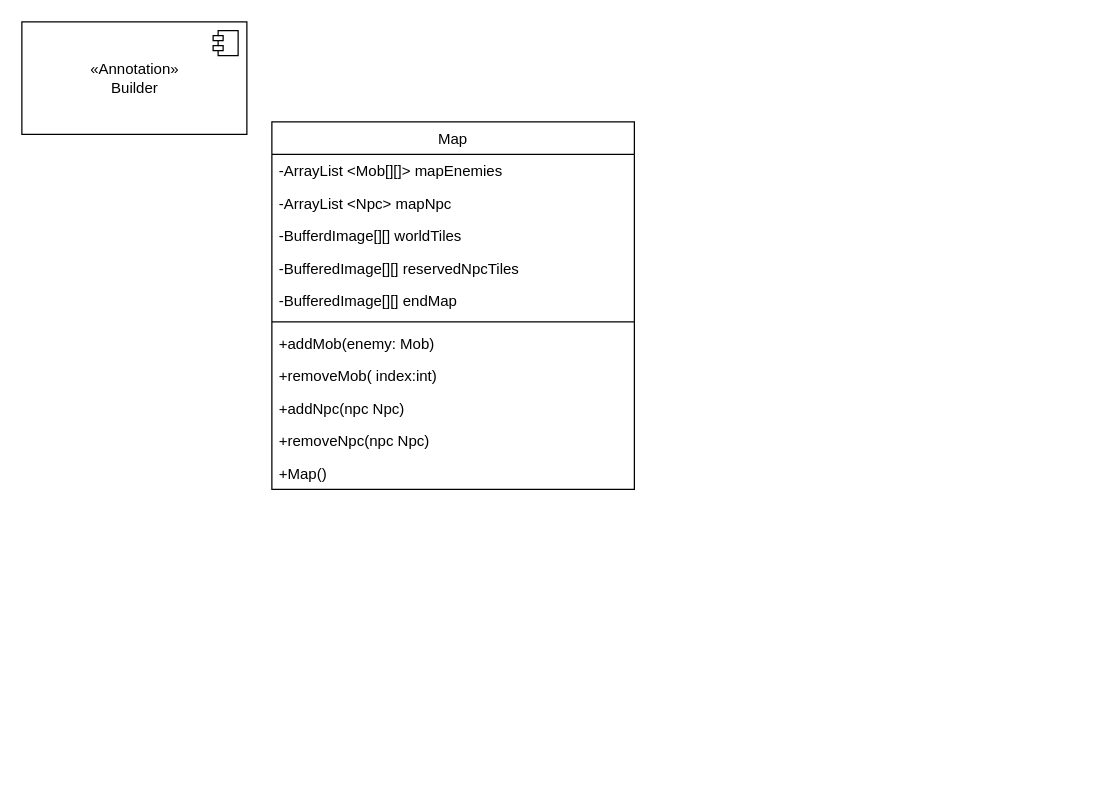
weiss25r/Progetto-ISS-2022-2023 keeps this draw.io diagram as log/diagrams/UML/Alessia/Map.drawio. Above is the earlier version. Source tidied: cells renumbered, new cells numbered last; positions are measured from the earlier drawing's top-left corner, leaving out a move shared by most shapes. Both pictures are drawn from the tidied source at 125%, with x=0, y=0 at pixel (21, 21).
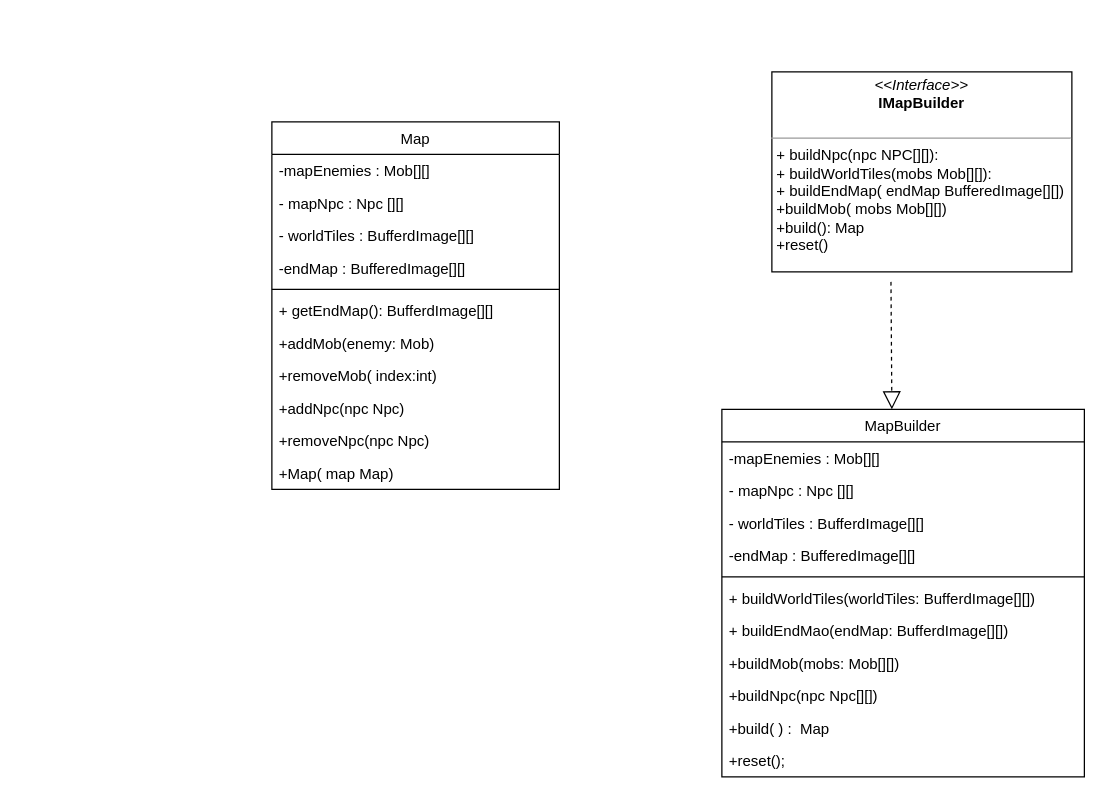
Above is the later version.

Commit message (it also covers changes not shown here):
Change Map and Level diagram class

What changed in the source:
```diff
@@
     <mxCell id="2" value="Map" style="swimlane;fontStyle=0;horizontal=1;startSize=26;fillColor=none;" parent="1" vertex="1">
-      <mxGeometry x="200" y="80" width="290" height="294" as="geometry" />
+      <mxGeometry x="200" y="80" width="230" height="294" as="geometry" />
     </mxCell>
-    <mxCell id="3" value="-ArrayList &lt;Mob[][]&gt; mapEnemies" style="text;strokeColor=none;fillColor=none;align=left;verticalAlign=top;spacingLeft=4;spacingRight=4;overflow=hidden;" parent="2" vertex="1">
-      <mxGeometry y="26" width="290" height="26" as="geometry" />
+    <mxCell id="3" value="-mapEnemies : Mob[][] " style="text;strokeColor=none;fillColor=none;align=left;verticalAlign=top;spacingLeft=4;spacingRight=4;overflow=hidden;" parent="2" vertex="1">
+      <mxGeometry y="26" width="230" height="26" as="geometry" />
     </mxCell>
-    <mxCell id="4" value="-ArrayList &lt;Npc&gt; mapNpc" style="text;strokeColor=none;fillColor=none;align=left;verticalAlign=top;spacingLeft=4;spacingRight=4;overflow=hidden;" parent="2" vertex="1">
-      <mxGeometry y="52" width="290" height="26" as="geometry" />
+    <mxCell id="4" value="- mapNpc : Npc [][] " style="text;strokeColor=none;fillColor=none;align=left;verticalAlign=top;spacingLeft=4;spacingRight=4;overflow=hidden;" parent="2" vertex="1">
+      <mxGeometry y="52" width="230" height="26" as="geometry" />
     </mxCell>
-    <mxCell id="5" value="-BufferdImage[][] worldTiles" style="text;strokeColor=none;fillColor=none;align=left;verticalAlign=top;spacingLeft=4;spacingRight=4;overflow=hidden;" parent="2" vertex="1">
-      <mxGeometry y="78" width="290" height="26" as="geometry" />
+    <mxCell id="5" value="- worldTiles : BufferdImage[][]" style="text;strokeColor=none;fillColor=none;align=left;verticalAlign=top;spacingLeft=4;spacingRight=4;overflow=hidden;" parent="2" vertex="1">
+      <mxGeometry y="78" width="230" height="26" as="geometry" />
     </mxCell>
-    <mxCell id="6" value="-BufferedImage[][] reservedNpcTiles" style="text;strokeColor=none;fillColor=none;align=left;verticalAlign=top;spacingLeft=4;spacingRight=4;overflow=hidden;" parent="2" vertex="1">
-      <mxGeometry y="104" width="290" height="26" as="geometry" />
-    </mxCell>
-    <mxCell id="7" value="-BufferedImage[][] endMap" style="text;strokeColor=none;fillColor=none;align=left;verticalAlign=top;spacingLeft=4;spacingRight=4;overflow=hidden;" parent="2" vertex="1">
-      <mxGeometry y="130" width="290" height="26" as="geometry" />
+    <mxCell id="7" value="-endMap : BufferedImage[][] " style="text;strokeColor=none;fillColor=none;align=left;verticalAlign=top;spacingLeft=4;spacingRight=4;overflow=hidden;" parent="2" vertex="1">
+      <mxGeometry y="104" width="230" height="26" as="geometry" />
     </mxCell>
     <mxCell id="8" style="line;strokeWidth=1;fillColor=none;align=left;verticalAlign=middle;spacingTop=-1;spacingLeft=3;spacingRight=3;labelPosition=right;strokeColor=inherit;" parent="2" vertex="1">
-      <mxGeometry y="156" width="290" height="8" as="geometry" />
+      <mxGeometry y="130" width="230" height="8" as="geometry" />
     </mxCell>
+    <mxCell id="16" value="+ getEndMap(): BufferdImage[][] " style="text;strokeColor=none;fillColor=none;align=left;verticalAlign=top;spacingLeft=4;spacingRight=4;overflow=hidden;" parent="2" vertex="1">
+      <mxGeometry y="138" width="230" height="26" as="geometry" />
+    </mxCell>
     <mxCell id="9" value="+addMob(enemy: Mob)" style="text;strokeColor=none;fillColor=none;align=left;verticalAlign=top;spacingLeft=4;spacingRight=4;overflow=hidden;" parent="2" vertex="1">
-      <mxGeometry y="164" width="290" height="26" as="geometry" />
+      <mxGeometry y="164" width="230" height="26" as="geometry" />
     </mxCell>
     <mxCell id="10" value="+removeMob( index:int)" style="text;strokeColor=none;fillColor=none;align=left;verticalAlign=top;spacingLeft=4;spacingRight=4;overflow=hidden;" parent="2" vertex="1">
-      <mxGeometry y="190" width="290" height="26" as="geometry" />
+      <mxGeometry y="190" width="230" height="26" as="geometry" />
     </mxCell>
     <mxCell id="11" value="+addNpc(npc Npc)" style="text;strokeColor=none;fillColor=none;align=left;verticalAlign=top;spacingLeft=4;spacingRight=4;overflow=hidden;" parent="2" vertex="1">
-      <mxGeometry y="216" width="290" height="26" as="geometry" />
+      <mxGeometry y="216" width="230" height="26" as="geometry" />
     </mxCell>
     <mxCell id="12" value="+removeNpc(npc Npc)" style="text;strokeColor=none;fillColor=none;align=left;verticalAlign=top;spacingLeft=4;spacingRight=4;overflow=hidden;" parent="2" vertex="1">
-      <mxGeometry y="242" width="290" height="26" as="geometry" />
+      <mxGeometry y="242" width="230" height="26" as="geometry" />
     </mxCell>
-    <mxCell id="13" value="+Map()" style="text;strokeColor=none;fillColor=none;align=left;verticalAlign=top;spacingLeft=4;spacingRight=4;overflow=hidden;" parent="2" vertex="1">
-      <mxGeometry y="268" width="290" height="26" as="geometry" />
+    <mxCell id="13" value="+Map( map Map)&#10;" style="text;strokeColor=none;fillColor=none;align=left;verticalAlign=top;spacingLeft=4;spacingRight=4;overflow=hidden;" parent="2" vertex="1">
+      <mxGeometry y="268" width="230" height="26" as="geometry" />
     </mxCell>
-    <mxCell id="14" value="«Annotation»&lt;br&gt;Builder&lt;br&gt;" style="html=1;" parent="1" vertex="1">
-      <mxGeometry width="180" height="90" as="geometry" />
-    </mxCell>
-    <mxCell id="15" style="shape=module;jettyWidth=8;jettyHeight=4;" parent="14" vertex="1">
-      <mxGeometry x="1" width="20" height="20" relative="1" as="geometry">
-        <mxPoint x="-27" y="7" as="offset" />
-      </mxGeometry>
-    </mxCell>
+    <mxCell id="17" value="&lt;p style=&quot;margin:0px;margin-top:4px;text-align:center;&quot;&gt;&lt;i&gt;&amp;lt;&amp;lt;Interface&amp;gt;&amp;gt;&lt;/i&gt;&lt;br&gt;&lt;b&gt;IMapBuilder&lt;/b&gt;&lt;/p&gt;&lt;p style=&quot;margin:0px;margin-left:4px;&quot;&gt;&lt;br&gt;&lt;/p&gt;&lt;hr size=&quot;1&quot;&gt;&lt;p style=&quot;margin:0px;margin-left:4px;&quot;&gt;+ buildNpc(npc NPC[][]):&lt;br&gt;+ buildWorldTiles(mobs Mob[][]):&amp;nbsp;&lt;/p&gt;&lt;p style=&quot;margin:0px;margin-left:4px;&quot;&gt;+ buildEndMap( endMap BufferedImage[][])&lt;/p&gt;&lt;p style=&quot;margin:0px;margin-left:4px;&quot;&gt;+buildMob( mobs Mob[][])&lt;/p&gt;&lt;p style=&quot;margin:0px;margin-left:4px;&quot;&gt;+build(): Map&lt;/p&gt;&lt;p style=&quot;margin:0px;margin-left:4px;&quot;&gt;+reset()&lt;/p&gt;" style="verticalAlign=top;align=left;overflow=fill;fontSize=12;fontFamily=Helvetica;html=1;" parent="1" vertex="1">
+      <mxGeometry x="600" y="40" width="240" height="160" as="geometry" />
+    </mxCell>
+    <mxCell id="18" style="endArrow=block;dashed=1;endFill=0;endSize=12;html=1;rounded=0;exitX=0.397;exitY=1.05;exitDx=0;exitDy=0;exitPerimeter=0;entryX=0.469;entryY=0;entryDx=0;entryDy=0;entryPerimeter=0;" parent="1" edge="1" source="17" target="19">
+      <mxGeometry relative="1" as="geometry" />
+    </mxCell>
+    <mxCell id="19" value="MapBuilder" style="swimlane;fontStyle=0;horizontal=1;startSize=26;fillColor=none;" parent="1" vertex="1">
+      <mxGeometry x="560" y="310" width="290" height="294" as="geometry" />
+    </mxCell>
+    <mxCell id="20" value="-mapEnemies : Mob[][] " style="text;strokeColor=none;fillColor=none;align=left;verticalAlign=top;spacingLeft=4;spacingRight=4;overflow=hidden;" parent="19" vertex="1">
+      <mxGeometry y="26" width="290" height="26" as="geometry" />
+    </mxCell>
+    <mxCell id="21" value="- mapNpc : Npc [][] " style="text;strokeColor=none;fillColor=none;align=left;verticalAlign=top;spacingLeft=4;spacingRight=4;overflow=hidden;" parent="19" vertex="1">
+      <mxGeometry y="52" width="290" height="26" as="geometry" />
+    </mxCell>
+    <mxCell id="22" value="- worldTiles : BufferdImage[][]" style="text;strokeColor=none;fillColor=none;align=left;verticalAlign=top;spacingLeft=4;spacingRight=4;overflow=hidden;" parent="19" vertex="1">
+      <mxGeometry y="78" width="290" height="26" as="geometry" />
+    </mxCell>
+    <mxCell id="23" value="-endMap : BufferedImage[][] " style="text;strokeColor=none;fillColor=none;align=left;verticalAlign=top;spacingLeft=4;spacingRight=4;overflow=hidden;" parent="19" vertex="1">
+      <mxGeometry y="104" width="290" height="26" as="geometry" />
+    </mxCell>
+    <mxCell id="24" style="line;strokeWidth=1;fillColor=none;align=left;verticalAlign=middle;spacingTop=-1;spacingLeft=3;spacingRight=3;labelPosition=right;strokeColor=inherit;" parent="19" vertex="1">
+      <mxGeometry y="130" width="290" height="8" as="geometry" />
+    </mxCell>
+    <mxCell id="25" value="+ buildWorldTiles(worldTiles: BufferdImage[][]) " style="text;strokeColor=none;fillColor=none;align=left;verticalAlign=top;spacingLeft=4;spacingRight=4;overflow=hidden;" parent="19" vertex="1">
+      <mxGeometry y="138" width="290" height="26" as="geometry" />
+    </mxCell>
+    <mxCell id="26" value="+ buildEndMao(endMap: BufferdImage[][]) " style="text;strokeColor=none;fillColor=none;align=left;verticalAlign=top;spacingLeft=4;spacingRight=4;overflow=hidden;" parent="19" vertex="1">
+      <mxGeometry y="164" width="290" height="26" as="geometry" />
+    </mxCell>
+    <mxCell id="27" value="+buildMob(mobs: Mob[][])" style="text;strokeColor=none;fillColor=none;align=left;verticalAlign=top;spacingLeft=4;spacingRight=4;overflow=hidden;" parent="19" vertex="1">
+      <mxGeometry y="190" width="290" height="26" as="geometry" />
+    </mxCell>
+    <mxCell id="28" value="+buildNpc(npc Npc[][])" style="text;strokeColor=none;fillColor=none;align=left;verticalAlign=top;spacingLeft=4;spacingRight=4;overflow=hidden;" parent="19" vertex="1">
+      <mxGeometry y="216" width="290" height="26" as="geometry" />
+    </mxCell>
+    <mxCell id="29" value="+build( ) :  Map&#10;" style="text;strokeColor=none;fillColor=none;align=left;verticalAlign=top;spacingLeft=4;spacingRight=4;overflow=hidden;" parent="19" vertex="1">
+      <mxGeometry y="242" width="290" height="26" as="geometry" />
+    </mxCell>
+    <mxCell id="30" value="+reset();" style="text;strokeColor=none;fillColor=none;align=left;verticalAlign=top;spacingLeft=4;spacingRight=4;overflow=hidden;" parent="19" vertex="1">
+      <mxGeometry y="268" width="290" height="26" as="geometry" />
+    </mxCell>
```
